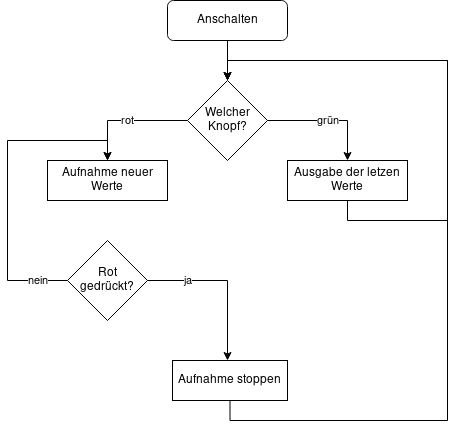
Above: images/lichtsensor.png in IGNNE/sleep-tracking-luminance (draw.io), before the change. Source tidied: cells renumbered, new cells last; positions are measured from the earlier drawing's top-left corner, leaving out a move shared by most shapes. Source of this version:
```xml
<mxGraphModel>
  <root>
    <mxCell id="0" />
    <mxCell id="1" parent="0" />
    <mxCell id="2" style="edgeStyle=orthogonalEdgeStyle;rounded=0;jettySize=auto;html=1;" parent="1" edge="1" source="3" target="6">
      <mxGeometry relative="1" as="geometry" />
    </mxCell>
    <mxCell id="3" value="Anschalten" style="rounded=1;whiteSpace=wrap;html=1;" parent="1" vertex="1">
      <mxGeometry x="160" width="120" height="40" as="geometry" />
    </mxCell>
    <mxCell id="4" value="grün" style="edgeStyle=orthogonalEdgeStyle;rounded=0;jettySize=auto;html=1;exitX=1;exitY=0.5;exitDx=0;exitDy=0;entryX=0.5;entryY=0;entryDx=0;entryDy=0;" parent="1" edge="1" source="6" target="8">
      <mxGeometry relative="1" as="geometry" />
    </mxCell>
    <mxCell id="5" value="&lt;div&gt;rot&lt;/div&gt;" style="edgeStyle=orthogonalEdgeStyle;rounded=0;jettySize=auto;html=1;exitX=0;exitY=0.5;exitDx=0;exitDy=0;entryX=0.5;entryY=0;entryDx=0;entryDy=0;" parent="1" edge="1" source="6" target="9">
      <mxGeometry relative="1" as="geometry" />
    </mxCell>
    <mxCell id="6" value="Welcher Knopf?" style="rhombus;whiteSpace=wrap;html=1;" parent="1" vertex="1">
      <mxGeometry x="180" y="80" width="80" height="80" as="geometry" />
    </mxCell>
    <mxCell id="7" style="edgeStyle=orthogonalEdgeStyle;rounded=0;jettySize=auto;html=1;exitX=0.5;exitY=1;exitDx=0;exitDy=0;" parent="1" edge="1" source="8">
      <mxGeometry relative="1" as="geometry">
        <mxPoint x="220" y="80" as="targetPoint" />
        <Array as="points">
          <mxPoint x="340" y="220" />
          <mxPoint x="440" y="220" />
          <mxPoint x="440" y="60" />
          <mxPoint x="220" y="60" />
        </Array>
      </mxGeometry>
    </mxCell>
    <mxCell id="8" value="Ausgabe der letzen Werte" style="rounded=0;whiteSpace=wrap;html=1;" parent="1" vertex="1">
      <mxGeometry x="280" y="160" width="120" height="40" as="geometry" />
    </mxCell>
    <mxCell id="9" value="Aufnahme neuer Werte" style="rounded=0;whiteSpace=wrap;html=1;" parent="1" vertex="1">
      <mxGeometry x="40" y="160" width="120" height="40" as="geometry" />
    </mxCell>
    <mxCell id="10" value="nein" style="edgeStyle=orthogonalEdgeStyle;rounded=0;jettySize=auto;html=1;exitX=0;exitY=0.5;exitDx=0;exitDy=0;entryX=0.5;entryY=0;entryDx=0;entryDy=0;" parent="1" edge="1" source="12" target="9">
      <mxGeometry x="-0.81" relative="1" as="geometry">
        <Array as="points">
          <mxPoint y="280" />
          <mxPoint y="140" />
          <mxPoint x="100" y="140" />
        </Array>
      </mxGeometry>
    </mxCell>
    <mxCell id="11" value="ja" style="edgeStyle=orthogonalEdgeStyle;rounded=0;jettySize=auto;html=1;exitX=1;exitY=0.5;exitDx=0;exitDy=0;" parent="1" edge="1" source="12">
      <mxGeometry x="-0.5" relative="1" as="geometry">
        <mxPoint x="220" y="360" as="targetPoint" />
      </mxGeometry>
    </mxCell>
    <mxCell id="12" value="&lt;div&gt;Rot&lt;/div&gt;&lt;div&gt;gedrückt?&lt;/div&gt;" style="rhombus;whiteSpace=wrap;html=1;" parent="1" vertex="1">
      <mxGeometry x="60" y="240" width="80" height="80" as="geometry" />
    </mxCell>
    <mxCell id="13" style="edgeStyle=orthogonalEdgeStyle;rounded=0;jettySize=auto;html=1;exitX=0.5;exitY=1;exitDx=0;exitDy=0;entryX=0.5;entryY=0;entryDx=0;entryDy=0;" parent="1" edge="1" source="14" target="6">
      <mxGeometry relative="1" as="geometry">
        <Array as="points">
          <mxPoint x="222" y="420" />
          <mxPoint x="440" y="420" />
          <mxPoint x="440" y="60" />
          <mxPoint x="220" y="60" />
        </Array>
      </mxGeometry>
    </mxCell>
    <mxCell id="14" value="Aufnahme stoppen" style="rounded=0;whiteSpace=wrap;html=1;" parent="1" vertex="1">
      <mxGeometry x="165" y="360" width="115" height="40" as="geometry" />
    </mxCell>
  </root>
</mxGraphModel>
```
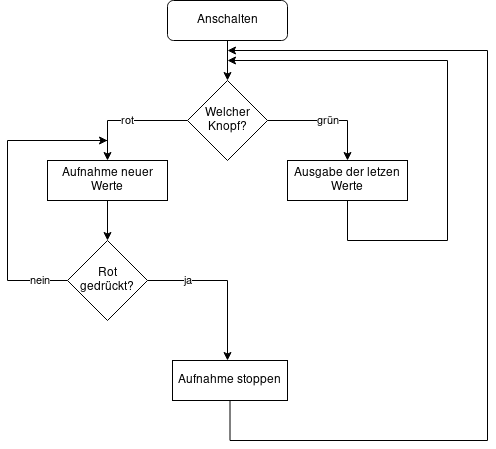
After the commit.

The edit, as a diff of the source:
```diff
@@ -19,23 +19,26 @@
     </mxCell>
     <mxCell id="7" style="edgeStyle=orthogonalEdgeStyle;rounded=0;jettySize=auto;html=1;exitX=0.5;exitY=1;exitDx=0;exitDy=0;" parent="1" edge="1" source="8">
       <mxGeometry relative="1" as="geometry">
-        <mxPoint x="220" y="80" as="targetPoint" />
+        <mxPoint x="220" y="60" as="targetPoint" />
         <Array as="points">
-          <mxPoint x="340" y="220" />
-          <mxPoint x="440" y="220" />
+          <mxPoint x="340" y="240" />
+          <mxPoint x="440" y="240" />
           <mxPoint x="440" y="60" />
-          <mxPoint x="220" y="60" />
         </Array>
       </mxGeometry>
     </mxCell>
     <mxCell id="8" value="Ausgabe der letzen Werte" style="rounded=0;whiteSpace=wrap;html=1;" parent="1" vertex="1">
       <mxGeometry x="280" y="160" width="120" height="40" as="geometry" />
     </mxCell>
+    <mxCell id="15" style="edgeStyle=orthogonalEdgeStyle;rounded=0;jettySize=auto;html=1;" parent="1" edge="1" source="9" target="12">
+      <mxGeometry relative="1" as="geometry" />
+    </mxCell>
     <mxCell id="9" value="Aufnahme neuer Werte" style="rounded=0;whiteSpace=wrap;html=1;" parent="1" vertex="1">
       <mxGeometry x="40" y="160" width="120" height="40" as="geometry" />
     </mxCell>
-    <mxCell id="10" value="nein" style="edgeStyle=orthogonalEdgeStyle;rounded=0;jettySize=auto;html=1;exitX=0;exitY=0.5;exitDx=0;exitDy=0;entryX=0.5;entryY=0;entryDx=0;entryDy=0;" parent="1" edge="1" source="12" target="9">
+    <mxCell id="10" value="nein" style="edgeStyle=orthogonalEdgeStyle;rounded=0;jettySize=auto;html=1;exitX=0;exitY=0.5;exitDx=0;exitDy=0;" parent="1" edge="1" source="12">
       <mxGeometry x="-0.81" relative="1" as="geometry">
+        <mxPoint x="100" y="140" as="targetPoint" />
         <Array as="points">
           <mxPoint y="280" />
           <mxPoint y="140" />
@@ -51,13 +54,13 @@
     <mxCell id="12" value="&lt;div&gt;Rot&lt;/div&gt;&lt;div&gt;gedrückt?&lt;/div&gt;" style="rhombus;whiteSpace=wrap;html=1;" parent="1" vertex="1">
       <mxGeometry x="60" y="240" width="80" height="80" as="geometry" />
     </mxCell>
-    <mxCell id="13" style="edgeStyle=orthogonalEdgeStyle;rounded=0;jettySize=auto;html=1;exitX=0.5;exitY=1;exitDx=0;exitDy=0;entryX=0.5;entryY=0;entryDx=0;entryDy=0;" parent="1" edge="1" source="14" target="6">
+    <mxCell id="13" style="edgeStyle=orthogonalEdgeStyle;rounded=0;jettySize=auto;html=1;exitX=0.5;exitY=1;exitDx=0;exitDy=0;" parent="1" edge="1" source="14">
       <mxGeometry relative="1" as="geometry">
+        <mxPoint x="220" y="50" as="targetPoint" />
         <Array as="points">
-          <mxPoint x="222" y="420" />
-          <mxPoint x="440" y="420" />
-          <mxPoint x="440" y="60" />
-          <mxPoint x="220" y="60" />
+          <mxPoint x="223" y="440" />
+          <mxPoint x="480" y="440" />
+          <mxPoint x="480" y="50" />
         </Array>
       </mxGeometry>
     </mxCell>
```
